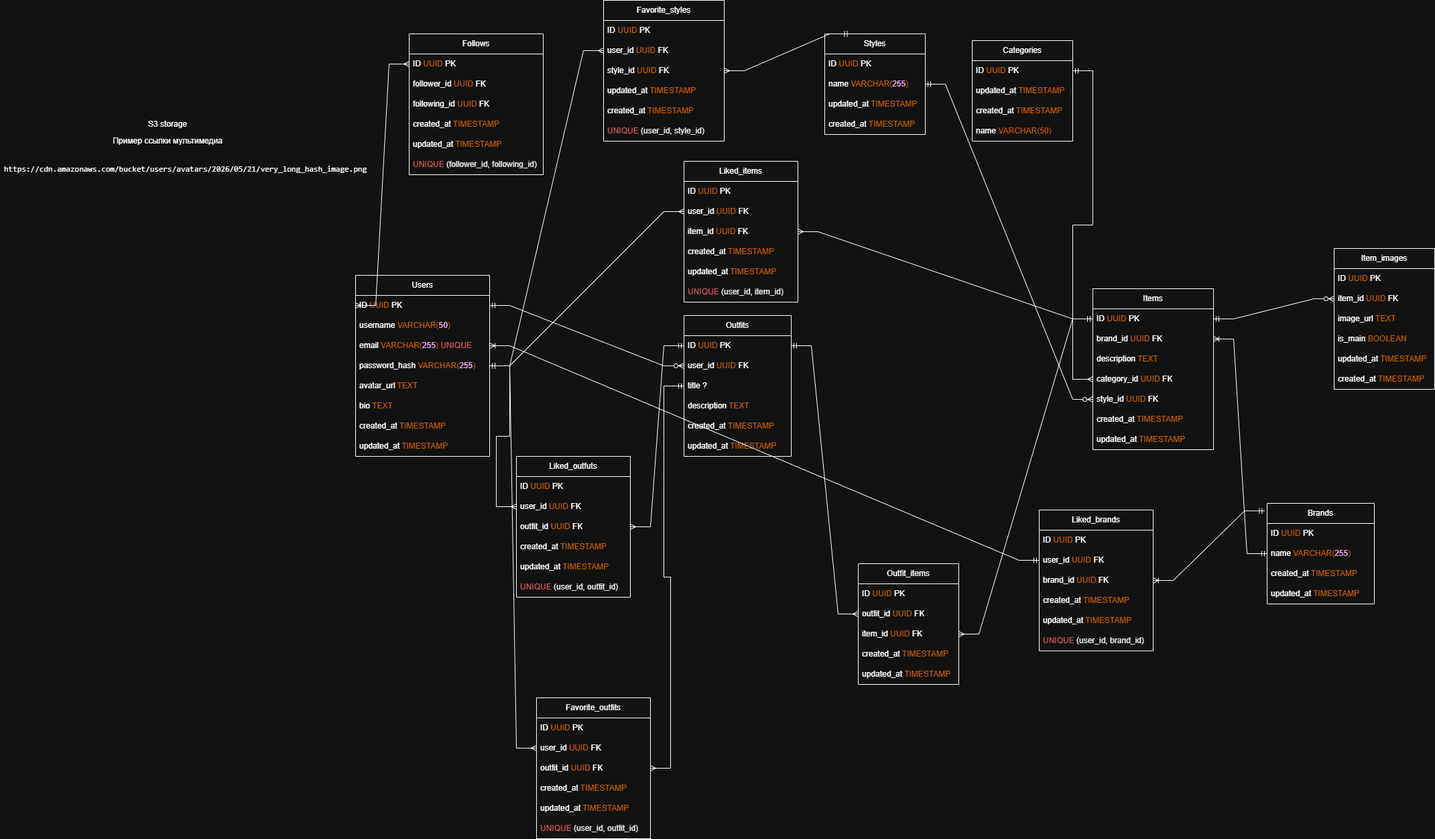
Above: backend/img/ER-diagram.png in driplyhq/driply-docs (draw.io), before the change. Source tidied: cells renumbered, new cells last; positions are measured from the earlier drawing's top-left corner, leaving out a move shared by most shapes.
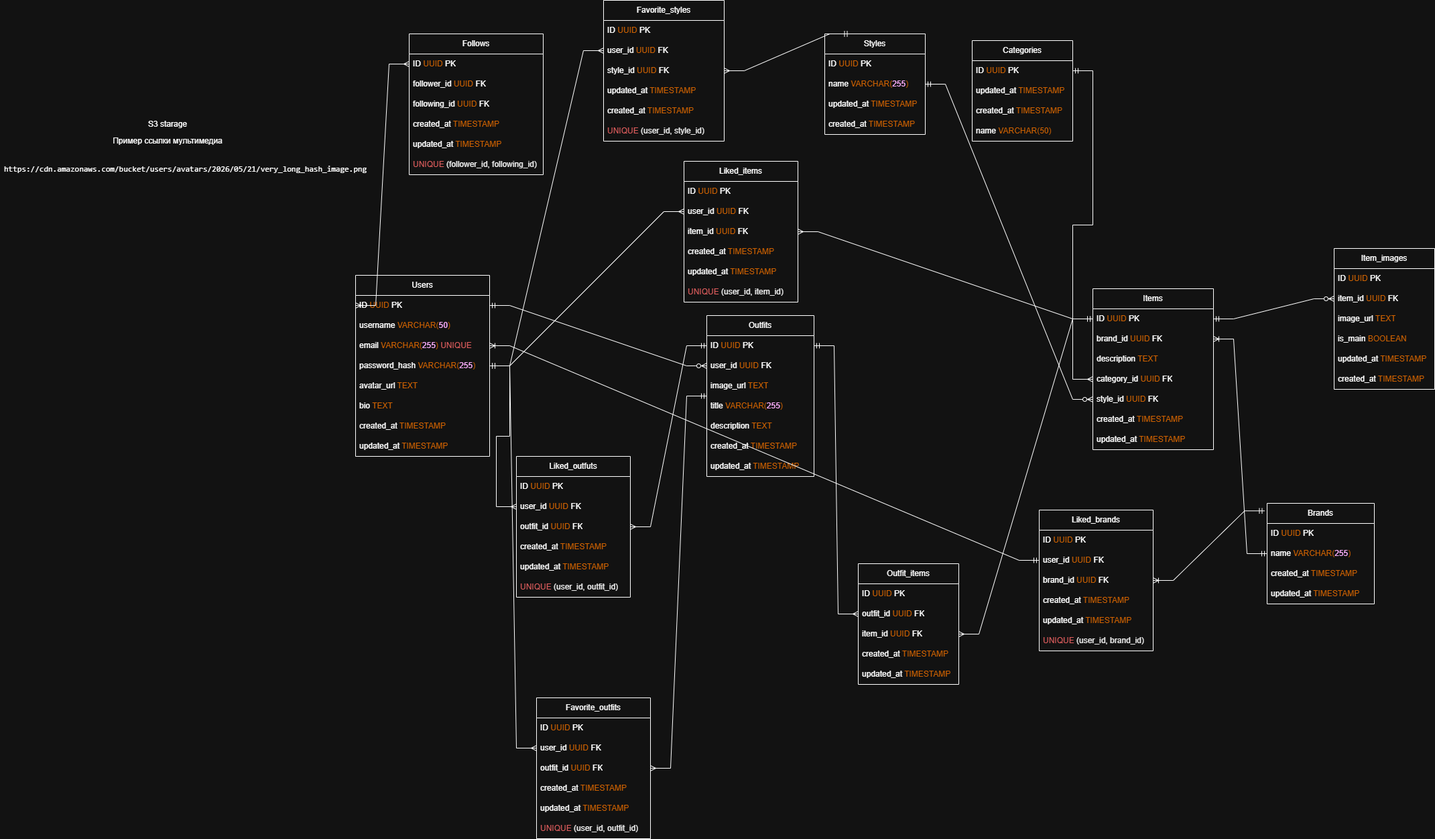
After the change.

Commit message:
Дополнил ER диаграмму

Diff of the diagram source:
```diff
@@ -105,7 +105,7 @@
       <mxGeometry y="210" width="180" height="30" as="geometry" />
     </mxCell>
     <mxCell id="36" value="Outfits" style="swimlane;fontStyle=0;horizontal=1;startSize=30;whiteSpace=wrap;html=1;" parent="1" vertex="1">
-      <mxGeometry x="1020" y="470" width="160" height="210" as="geometry" />
+      <mxGeometry x="1054" y="470" width="160" height="240" as="geometry" />
     </mxCell>
     <mxCell id="37" value="ID&amp;nbsp;&lt;span style=&quot;color: rgb(255, 128, 0);&quot;&gt;UUID&lt;/span&gt;&amp;nbsp;PK" style="text;strokeColor=none;fillColor=none;align=left;verticalAlign=middle;spacingLeft=4;spacingRight=4;overflow=hidden;points=[[0,0.5],[1,0.5]];portConstraint=eastwest;whiteSpace=wrap;html=1;" parent="36" vertex="1">
       <mxGeometry y="30" width="160" height="30" as="geometry" />
@@ -113,17 +113,20 @@
     <mxCell id="38" value="user_id&amp;nbsp;&lt;span style=&quot;color: rgb(255, 128, 0);&quot;&gt;UUID&lt;/span&gt;&amp;nbsp;FK" style="text;strokeColor=none;fillColor=none;align=left;verticalAlign=middle;spacingLeft=4;spacingRight=4;overflow=hidden;points=[[0,0.5],[1,0.5]];portConstraint=eastwest;whiteSpace=wrap;html=1;" parent="36" vertex="1">
       <mxGeometry y="60" width="160" height="30" as="geometry" />
     </mxCell>
+    <mxCell id="117" value="image_url&amp;nbsp;&lt;span style=&quot;color: rgb(255, 128, 0);&quot;&gt;TEXT&lt;/span&gt;" style="text;strokeColor=none;fillColor=none;align=left;verticalAlign=middle;spacingLeft=4;spacingRight=4;overflow=hidden;whiteSpace=wrap;html=1;" parent="36" vertex="1">
+      <mxGeometry y="90" width="160" height="30" as="geometry" />
+    </mxCell>
-    <mxCell id="39" value="title ?" style="text;strokeColor=none;fillColor=none;align=left;verticalAlign=middle;spacingLeft=4;spacingRight=4;overflow=hidden;whiteSpace=wrap;html=1;" parent="36" vertex="1">
-      <mxGeometry y="90" width="160" height="30" as="geometry" />
+    <mxCell id="39" value="title&amp;nbsp;&lt;font style=&quot;color: rgb(255, 128, 0);&quot;&gt;&lt;font style=&quot;color: rgb(255, 128, 0);&quot;&gt;VARCHAR&lt;/font&gt;(&lt;/font&gt;&lt;font style=&quot;color: rgb(102, 0, 204);&quot;&gt;255&lt;/font&gt;&lt;font style=&quot;color: rgb(255, 128, 0);&quot;&gt;)&lt;/font&gt;" style="text;strokeColor=none;fillColor=none;align=left;verticalAlign=middle;spacingLeft=4;spacingRight=4;overflow=hidden;whiteSpace=wrap;html=1;" parent="36" vertex="1">
+      <mxGeometry y="120" width="160" height="30" as="geometry" />
     </mxCell>
     <mxCell id="40" value="description&amp;nbsp;&lt;span style=&quot;color: rgb(255, 128, 0);&quot;&gt;TEXT&lt;/span&gt;" style="text;strokeColor=none;fillColor=none;align=left;verticalAlign=middle;spacingLeft=4;spacingRight=4;overflow=hidden;whiteSpace=wrap;html=1;" parent="36" vertex="1">
-      <mxGeometry y="120" width="160" height="30" as="geometry" />
+      <mxGeometry y="150" width="160" height="30" as="geometry" />
     </mxCell>
     <mxCell id="41" value="created_at&amp;nbsp;&lt;span style=&quot;color: rgb(255, 128, 0);&quot;&gt;TIMESTAMP&lt;/span&gt;" style="text;strokeColor=none;fillColor=none;align=left;verticalAlign=middle;spacingLeft=4;spacingRight=4;overflow=hidden;whiteSpace=wrap;html=1;" parent="36" vertex="1">
-      <mxGeometry y="150" width="160" height="30" as="geometry" />
+      <mxGeometry y="180" width="160" height="30" as="geometry" />
     </mxCell>
     <mxCell id="42" value="updated&lt;span style=&quot;background-color: transparent; color: light-dark(rgb(0, 0, 0), rgb(255, 255, 255));&quot;&gt;_at&amp;nbsp;&lt;/span&gt;&lt;span style=&quot;color: rgb(255, 128, 0);&quot;&gt;TIMESTAMP&lt;/span&gt;" style="text;strokeColor=none;fillColor=none;align=left;verticalAlign=middle;spacingLeft=4;spacingRight=4;overflow=hidden;whiteSpace=wrap;html=1;" parent="36" vertex="1">
-      <mxGeometry y="180" width="160" height="30" as="geometry" />
+      <mxGeometry y="210" width="160" height="30" as="geometry" />
     </mxCell>
     <mxCell id="43" value="Outfit_items" style="swimlane;fontStyle=0;horizontal=1;startSize=30;whiteSpace=wrap;html=1;" parent="1" vertex="1">
       <mxGeometry x="1280" y="840" width="150" height="180" as="geometry" />
@@ -344,7 +347,7 @@
     <mxCell id="115" value="Пример ссылки мультимедиа" style="text;html=1;whiteSpace=wrap;strokeColor=none;fillColor=none;align=center;verticalAlign=middle;rounded=0;" parent="1" vertex="1">
       <mxGeometry x="140" y="200" width="220" height="20" as="geometry" />
     </mxCell>
-    <mxCell id="116" value="S3 storage" style="text;html=1;whiteSpace=wrap;strokeColor=none;fillColor=none;align=center;verticalAlign=middle;rounded=0;" parent="1" vertex="1">
+    <mxCell id="116" value="S3 starage" style="text;html=1;whiteSpace=wrap;strokeColor=none;fillColor=none;align=center;verticalAlign=middle;rounded=0;" parent="1" vertex="1">
       <mxGeometry x="170" y="170" width="160" height="30" as="geometry" />
     </mxCell>
   </root>
```
